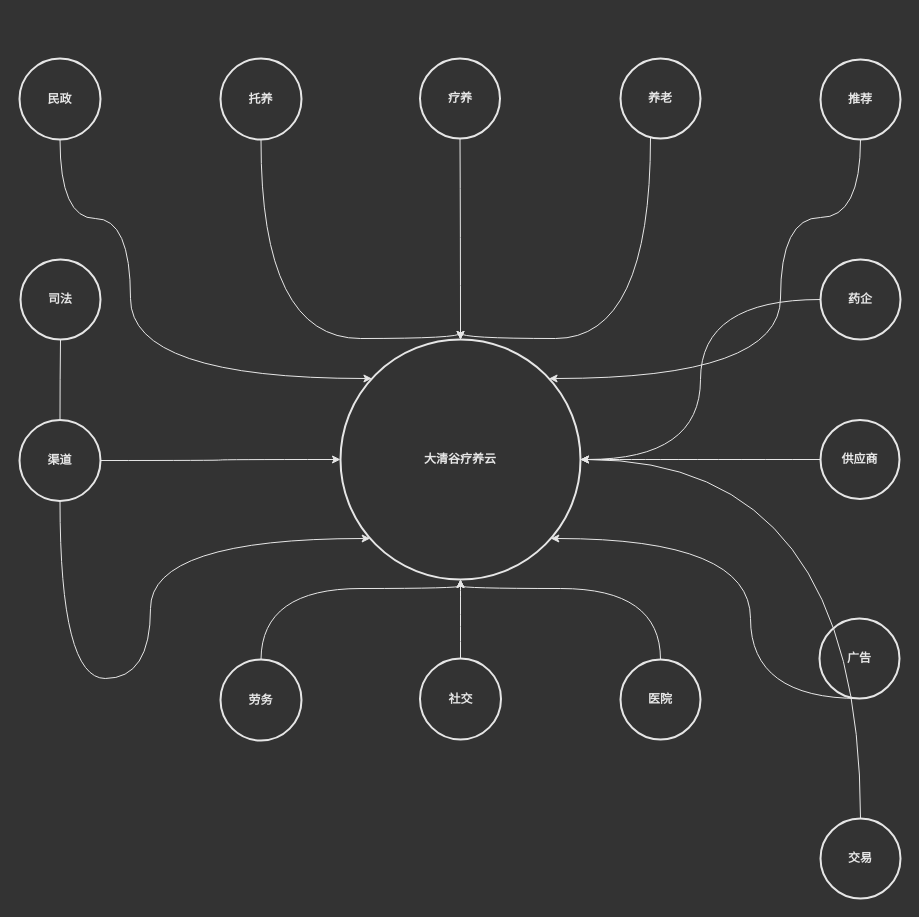
ab-doc/draw.io keeps this draw.io diagram as page "intermediate_level" (2 of 3) of src/work/wyjz/daqinggu/recuperation_overview.drawio. Above is the earlier version. Source tidied: cells renumbered, new cells numbered last; positions are measured from the earlier drawing's top-left corner, leaving out a move shared by most shapes. Both pictures are drawn from the tidied source at 100%, with x=0, y=0 at pixel (19, 58).
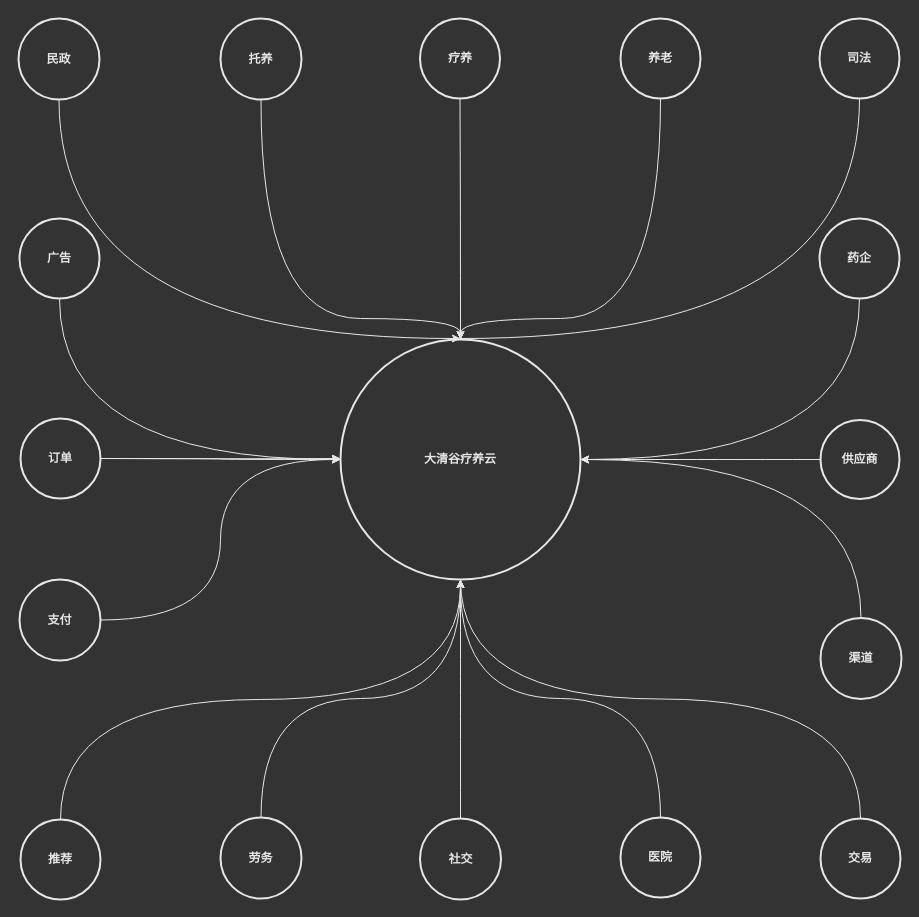
The same diagram, later.

Unchanged cells that the change refers to:
```xml
<mxCell id="16" value="&lt;font color=&quot;#e6e6e6&quot;&gt;&lt;b&gt;大清谷疗养云&lt;/b&gt;&lt;/font&gt;" style="ellipse;whiteSpace=wrap;html=1;strokeColor=#E6E6E6;strokeWidth=2;fillColor=none;" parent="1" vertex="1">
  <mxGeometry x="321" y="281" width="240" height="240" as="geometry" />
</mxCell>
<mxCell id="25" value="&lt;font color=&quot;#e6e6e6&quot;&gt;&lt;b&gt;交易&lt;/b&gt;&lt;/font&gt;" style="ellipse;whiteSpace=wrap;html=1;strokeColor=#E6E6E6;strokeWidth=2;fillColor=none;" parent="1" vertex="1">
  <mxGeometry x="801" y="760" width="80" height="80" as="geometry" />
</mxCell>
```

What changed in the source:
```diff
@@
-    <mxCell id="2" style="edgeStyle=orthogonalEdgeStyle;rounded=0;jettySize=auto;html=1;strokeColor=#E6E6E6;startArrow=classic;startFill=1;endArrow=none;endFill=0;curved=1;" parent="1" edge="1" source="16" target="17">
-      <mxGeometry relative="1" as="geometry">
-        <Array as="points">
-          <mxPoint x="111" y="320" />
-          <mxPoint x="111" y="160" />
-        </Array>
-      </mxGeometry>
-    </mxCell>
@@
-    <mxCell id="4" style="edgeStyle=orthogonalEdgeStyle;curved=1;rounded=0;jettySize=auto;html=1;startArrow=classic;startFill=1;endArrow=none;endFill=0;strokeColor=#E6E6E6;" parent="1" edge="1" source="16" target="19">
+    <mxCell id="4" style="rounded=0;jettySize=auto;html=1;startArrow=classic;startFill=1;endArrow=none;endFill=0;strokeColor=#E6E6E6;edgeStyle=orthogonalEdgeStyle;curved=1;" parent="1" edge="1" source="16" target="19">
       <mxGeometry relative="1" as="geometry">
         <Array as="points">
-          <mxPoint x="441" y="280" />
-          <mxPoint x="631" y="280" />
+          <mxPoint x="441" y="260" />
+          <mxPoint x="641" y="260" />
         </Array>
       </mxGeometry>
     </mxCell>
-    <mxCell id="5" style="edgeStyle=orthogonalEdgeStyle;curved=1;rounded=0;jettySize=auto;html=1;startArrow=classic;startFill=1;endArrow=none;endFill=0;strokeColor=#E6E6E6;" parent="1" edge="1" source="16" target="20">
+    <mxCell id="5" style="rounded=0;jettySize=auto;html=1;startArrow=classic;startFill=1;endArrow=none;endFill=0;strokeColor=#E6E6E6;exitX=1;exitY=0.5;exitDx=0;exitDy=0;entryX=0.5;entryY=1;entryDx=0;entryDy=0;edgeStyle=orthogonalEdgeStyle;curved=1;" parent="1" edge="1" source="16" target="20">
       <mxGeometry relative="1" as="geometry" />
     </mxCell>
@@
-    <mxCell id="7" style="edgeStyle=orthogonalEdgeStyle;curved=1;rounded=0;jettySize=auto;html=1;startArrow=none;startFill=1;endArrow=none;endFill=0;strokeColor=#E6E6E6;" parent="1" edge="1" source="30" target="22">
-      <mxGeometry relative="1" as="geometry" />
+    <mxCell id="7" style="rounded=0;jettySize=auto;html=1;startArrow=none;startFill=1;endArrow=none;endFill=0;strokeColor=#E6E6E6;entryX=0.5;entryY=1;entryDx=0;entryDy=0;edgeStyle=orthogonalEdgeStyle;curved=1;" parent="1" edge="1" target="22">
+      <mxGeometry relative="1" as="geometry">
+        <mxPoint x="441" y="280" as="sourcePoint" />
+      </mxGeometry>
     </mxCell>
-    <mxCell id="8" style="edgeStyle=orthogonalEdgeStyle;curved=1;rounded=0;jettySize=auto;html=1;startArrow=classic;startFill=1;endArrow=none;endFill=0;strokeColor=#E6E6E6;" parent="1" edge="1" source="16" target="23">
-      <mxGeometry relative="1" as="geometry">
-        <Array as="points">
-          <mxPoint x="731" y="480" />
-          <mxPoint x="731" y="640" />
-        </Array>
-      </mxGeometry>
-    </mxCell>
-    <mxCell id="9" style="edgeStyle=orthogonalEdgeStyle;curved=1;rounded=0;jettySize=auto;html=1;startArrow=classic;startFill=1;endArrow=none;endFill=0;strokeColor=#E6E6E6;" parent="1" edge="1" source="16" target="24">
-      <mxGeometry relative="1" as="geometry">
-        <Array as="points">
-          <mxPoint x="441" y="530" />
-          <mxPoint x="641" y="530" />
-        </Array>
-      </mxGeometry>
+    <mxCell id="9" style="rounded=0;jettySize=auto;html=1;startArrow=classic;startFill=1;endArrow=none;endFill=0;strokeColor=#E6E6E6;exitX=0.5;exitY=1;exitDx=0;exitDy=0;entryX=0.5;entryY=0;entryDx=0;entryDy=0;edgeStyle=orthogonalEdgeStyle;curved=1;" parent="1" edge="1" source="16" target="24">
+      <mxGeometry relative="1" as="geometry" />
     </mxCell>
-    <mxCell id="10" style="edgeStyle=orthogonalEdgeStyle;curved=1;rounded=0;jettySize=auto;html=1;startArrow=classic;startFill=1;endArrow=none;endFill=0;strokeColor=#E6E6E6;" parent="1" edge="1" source="16" target="30">
-      <mxGeometry relative="1" as="geometry" />
-    </mxCell>
-    <mxCell id="11" style="edgeStyle=orthogonalEdgeStyle;curved=1;rounded=0;jettySize=auto;html=1;startArrow=classic;startFill=1;endArrow=none;endFill=0;strokeColor=#E6E6E6;" parent="1" edge="1" source="16" target="25">
+    <mxCell id="11" style="rounded=0;jettySize=auto;html=1;startArrow=none;startFill=1;endArrow=none;endFill=0;strokeColor=#E6E6E6;entryX=0.5;entryY=0;entryDx=0;entryDy=0;exitX=0.5;exitY=1;exitDx=0;exitDy=0;edgeStyle=orthogonalEdgeStyle;curved=1;" parent="1" edge="1" source="16" target="25">
       <mxGeometry relative="1" as="geometry" />
     </mxCell>
-    <mxCell id="12" style="edgeStyle=orthogonalEdgeStyle;curved=1;rounded=0;jettySize=auto;html=1;startArrow=classic;startFill=1;endArrow=none;endFill=0;strokeColor=#E6E6E6;" parent="1" edge="1" source="16" target="26">
-      <mxGeometry relative="1" as="geometry">
-        <Array as="points">
-          <mxPoint x="441" y="530" />
-          <mxPoint x="242" y="530" />
-        </Array>
-      </mxGeometry>
+    <mxCell id="12" style="rounded=0;jettySize=auto;html=1;startArrow=classic;startFill=1;endArrow=none;endFill=0;strokeColor=#E6E6E6;exitX=0.5;exitY=1;exitDx=0;exitDy=0;entryX=0.5;entryY=0;entryDx=0;entryDy=0;edgeStyle=orthogonalEdgeStyle;curved=1;" parent="1" edge="1" source="16" target="26">
+      <mxGeometry relative="1" as="geometry" />
     </mxCell>
@@
     <mxCell id="14" style="edgeStyle=orthogonalEdgeStyle;curved=1;rounded=0;jettySize=auto;html=1;startArrow=classic;startFill=1;endArrow=none;endFill=0;strokeColor=#E6E6E6;" parent="1" edge="1" source="16" target="28">
       <mxGeometry relative="1" as="geometry">
         <Array as="points">
-          <mxPoint x="441" y="280" />
-          <mxPoint x="241" y="280" />
+          <mxPoint x="441" y="260" />
+          <mxPoint x="241" y="260" />
         </Array>
       </mxGeometry>
     </mxCell>
-    <mxCell id="15" style="edgeStyle=orthogonalEdgeStyle;curved=1;rounded=0;jettySize=auto;html=1;startArrow=classic;startFill=1;endArrow=none;endFill=0;strokeColor=#E6E6E6;" parent="1" edge="1" source="16" target="29">
-      <mxGeometry relative="1" as="geometry">
-        <Array as="points">
-          <mxPoint x="761" y="320" />
-          <mxPoint x="761" y="159" />
-        </Array>
-      </mxGeometry>
+    <mxCell id="15" style="rounded=0;jettySize=auto;html=1;startArrow=classic;startFill=1;endArrow=none;endFill=0;strokeColor=#E6E6E6;exitX=0.5;exitY=1;exitDx=0;exitDy=0;entryX=0.5;entryY=0;entryDx=0;entryDy=0;edgeStyle=orthogonalEdgeStyle;curved=1;" parent="1" edge="1" source="16" target="29">
+      <mxGeometry relative="1" as="geometry" />
     </mxCell>
+    <mxCell id="32" style="edgeStyle=orthogonalEdgeStyle;curved=1;rounded=0;jettySize=auto;html=1;startArrow=classic;startFill=1;endArrow=none;endFill=0;strokeColor=#E6E6E6;" parent="1" edge="1" source="16" target="38">
+      <mxGeometry relative="1" as="geometry" />
+    </mxCell>
@@
+    <mxCell id="33" style="rounded=0;jettySize=auto;html=1;startArrow=classic;startFill=1;endArrow=none;endFill=0;strokeColor=#E6E6E6;entryX=0.5;entryY=1;entryDx=0;entryDy=0;edgeStyle=orthogonalEdgeStyle;curved=1;" parent="1" edge="1" target="17">
+      <mxGeometry relative="1" as="geometry">
+        <mxPoint x="441" y="280" as="sourcePoint" />
+      </mxGeometry>
+    </mxCell>
     <mxCell id="17" value="&lt;font color=&quot;#e6e6e6&quot;&gt;&lt;b&gt;民政&lt;/b&gt;&lt;/font&gt;" style="ellipse;whiteSpace=wrap;html=1;strokeColor=#E6E6E6;strokeWidth=2;fillColor=none;" parent="1" vertex="1">
-      <mxGeometry width="81" height="81" as="geometry" />
+      <mxGeometry x="-1" y="-40" width="81" height="81" as="geometry" />
     </mxCell>
     <mxCell id="18" value="&lt;font color=&quot;#e6e6e6&quot;&gt;&lt;b&gt;疗养&lt;/b&gt;&lt;/font&gt;" style="ellipse;whiteSpace=wrap;html=1;strokeColor=#E6E6E6;strokeWidth=2;fillColor=none;" parent="1" vertex="1">
-      <mxGeometry x="400.5" width="80" height="80" as="geometry" />
+      <mxGeometry x="400.5" y="-40" width="80" height="80" as="geometry" />
     </mxCell>
     <mxCell id="19" value="&lt;font color=&quot;#e6e6e6&quot;&gt;&lt;b&gt;养老&lt;/b&gt;&lt;/font&gt;" style="ellipse;whiteSpace=wrap;html=1;strokeColor=#E6E6E6;strokeWidth=2;fillColor=none;" parent="1" vertex="1">
-      <mxGeometry x="601" width="80" height="80" as="geometry" />
+      <mxGeometry x="601" y="-40" width="80" height="80" as="geometry" />
     </mxCell>
     <mxCell id="20" value="&lt;font color=&quot;#e6e6e6&quot;&gt;&lt;b&gt;药企&lt;/b&gt;&lt;/font&gt;" style="ellipse;whiteSpace=wrap;html=1;strokeColor=#E6E6E6;strokeWidth=2;fillColor=none;" parent="1" vertex="1">
-      <mxGeometry x="801" y="201" width="80" height="80" as="geometry" />
+      <mxGeometry x="800" y="160" width="80" height="80" as="geometry" />
     </mxCell>
@@
     <mxCell id="22" value="&lt;font color=&quot;#e6e6e6&quot;&gt;&lt;b&gt;司法&lt;/b&gt;&lt;/font&gt;" style="ellipse;whiteSpace=wrap;html=1;strokeColor=#E6E6E6;strokeWidth=2;fillColor=none;" parent="1" vertex="1">
-      <mxGeometry x="1" y="201" width="80" height="80" as="geometry" />
+      <mxGeometry x="800" y="-40" width="80" height="80" as="geometry" />
     </mxCell>
-    <mxCell id="23" value="&lt;font color=&quot;#e6e6e6&quot;&gt;&lt;b&gt;广告&lt;/b&gt;&lt;/font&gt;" style="ellipse;whiteSpace=wrap;html=1;strokeColor=#E6E6E6;strokeWidth=2;fillColor=none;" parent="1" vertex="1">
-      <mxGeometry x="800" y="560" width="80" height="80" as="geometry" />
-    </mxCell>
     <mxCell id="24" value="&lt;font color=&quot;#e6e6e6&quot;&gt;&lt;b&gt;医院&lt;/b&gt;&lt;/font&gt;" style="ellipse;whiteSpace=wrap;html=1;strokeColor=#E6E6E6;strokeWidth=2;fillColor=none;" parent="1" vertex="1">
-      <mxGeometry x="601" y="601" width="80" height="80" as="geometry" />
+      <mxGeometry x="601" y="759" width="80" height="80" as="geometry" />
     </mxCell>
@@
     <mxCell id="26" value="&lt;font color=&quot;#e6e6e6&quot;&gt;&lt;b&gt;劳务&lt;/b&gt;&lt;/font&gt;" style="ellipse;whiteSpace=wrap;html=1;strokeColor=#E6E6E6;strokeWidth=2;fillColor=none;" parent="1" vertex="1">
-      <mxGeometry x="201" y="601" width="81" height="81" as="geometry" />
+      <mxGeometry x="201" y="759" width="81" height="81" as="geometry" />
     </mxCell>
     <mxCell id="27" value="&lt;font color=&quot;#e6e6e6&quot;&gt;&lt;b&gt;社交&lt;/b&gt;&lt;/font&gt;" style="ellipse;whiteSpace=wrap;html=1;strokeColor=#E6E6E6;strokeWidth=2;fillColor=none;" parent="1" vertex="1">
-      <mxGeometry x="400.5" y="600" width="81" height="81" as="geometry" />
+      <mxGeometry x="400.5" y="760" width="81" height="81" as="geometry" />
     </mxCell>
     <mxCell id="28" value="&lt;font color=&quot;#e6e6e6&quot;&gt;&lt;b&gt;托养&lt;/b&gt;&lt;/font&gt;" style="ellipse;whiteSpace=wrap;html=1;strokeColor=#E6E6E6;strokeWidth=2;fillColor=none;" parent="1" vertex="1">
-      <mxGeometry x="201" width="81" height="81" as="geometry" />
+      <mxGeometry x="201" y="-40" width="81" height="81" as="geometry" />
     </mxCell>
     <mxCell id="29" value="&lt;font color=&quot;#e6e6e6&quot;&gt;&lt;b&gt;推荐&lt;/b&gt;&lt;/font&gt;" style="ellipse;whiteSpace=wrap;html=1;strokeColor=#E6E6E6;strokeWidth=2;fillColor=none;" parent="1" vertex="1">
-      <mxGeometry x="801" y="1" width="80" height="80" as="geometry" />
+      <mxGeometry x="1" y="761" width="80" height="80" as="geometry" />
     </mxCell>
     <mxCell id="30" value="&lt;font color=&quot;#e6e6e6&quot;&gt;&lt;b&gt;渠道&lt;/b&gt;&lt;/font&gt;" style="ellipse;whiteSpace=wrap;html=1;strokeColor=#E6E6E6;strokeWidth=2;fillColor=none;" parent="1" vertex="1">
-      <mxGeometry y="361.5" width="81" height="81" as="geometry" />
+      <mxGeometry x="801" y="559.5" width="81" height="81" as="geometry" />
     </mxCell>
-    <mxCell id="31" style="edgeStyle=orthogonalEdgeStyle;curved=1;rounded=0;jettySize=auto;html=1;startArrow=classic;startFill=1;endArrow=none;endFill=0;strokeColor=#E6E6E6;" parent="1" edge="1" source="16" target="30">
-      <mxGeometry relative="1" as="geometry">
-        <Array as="points">
-          <mxPoint x="131" y="480" />
-          <mxPoint x="131" y="620" />
-        </Array>
-      </mxGeometry>
-    </mxCell>
+    <mxCell id="34" style="rounded=0;jettySize=auto;html=1;startArrow=classic;startFill=1;endArrow=none;endFill=0;strokeColor=#E6E6E6;entryX=0.5;entryY=0;entryDx=0;entryDy=0;edgeStyle=orthogonalEdgeStyle;curved=1;" parent="1" edge="1" source="16" target="30">
+      <mxGeometry relative="1" as="geometry" />
+    </mxCell>
+    <mxCell id="35" style="edgeStyle=orthogonalEdgeStyle;curved=1;rounded=0;jettySize=auto;html=1;startArrow=classic;startFill=1;endArrow=none;endFill=0;strokeColor=#E6E6E6;" parent="1" edge="1" target="36">
+      <mxGeometry relative="1" as="geometry">
+        <mxPoint x="321" y="400" as="sourcePoint" />
+      </mxGeometry>
+    </mxCell>
+    <mxCell id="23" value="&lt;font color=&quot;#e6e6e6&quot;&gt;&lt;b&gt;广告&lt;/b&gt;&lt;/font&gt;" style="ellipse;whiteSpace=wrap;html=1;strokeColor=#E6E6E6;strokeWidth=2;fillColor=none;" parent="1" vertex="1">
+      <mxGeometry y="160" width="80" height="80" as="geometry" />
+    </mxCell>
+    <mxCell id="8" style="rounded=0;jettySize=auto;html=1;strokeColor=#E6E6E6;startArrow=classic;startFill=1;endArrow=none;endFill=0;entryX=0.5;entryY=1;entryDx=0;entryDy=0;edgeStyle=orthogonalEdgeStyle;curved=1;exitX=0;exitY=0.5;exitDx=0;exitDy=0;" parent="1" edge="1" source="16" target="23">
+      <mxGeometry relative="1" as="geometry" />
+    </mxCell>
+    <mxCell id="36" value="&lt;font color=&quot;#e6e6e6&quot;&gt;&lt;b&gt;订单&lt;/b&gt;&lt;/font&gt;" style="ellipse;whiteSpace=wrap;html=1;strokeColor=#E6E6E6;strokeWidth=2;fillColor=none;" parent="1" vertex="1">
+      <mxGeometry x="1" y="360" width="80" height="80" as="geometry" />
+    </mxCell>
+    <mxCell id="37" style="rounded=0;jettySize=auto;html=1;startArrow=classic;startFill=1;endArrow=none;endFill=0;strokeColor=#E6E6E6;edgeStyle=orthogonalEdgeStyle;curved=1;" parent="1" edge="1" source="16" target="36">
+      <mxGeometry relative="1" as="geometry" />
+    </mxCell>
+    <mxCell id="38" value="&lt;font color=&quot;#e6e6e6&quot;&gt;&lt;b&gt;支付&lt;/b&gt;&lt;/font&gt;" style="ellipse;whiteSpace=wrap;html=1;strokeColor=#E6E6E6;strokeWidth=2;fillColor=none;" parent="1" vertex="1">
+      <mxGeometry y="521" width="81" height="81" as="geometry" />
+    </mxCell>
```
